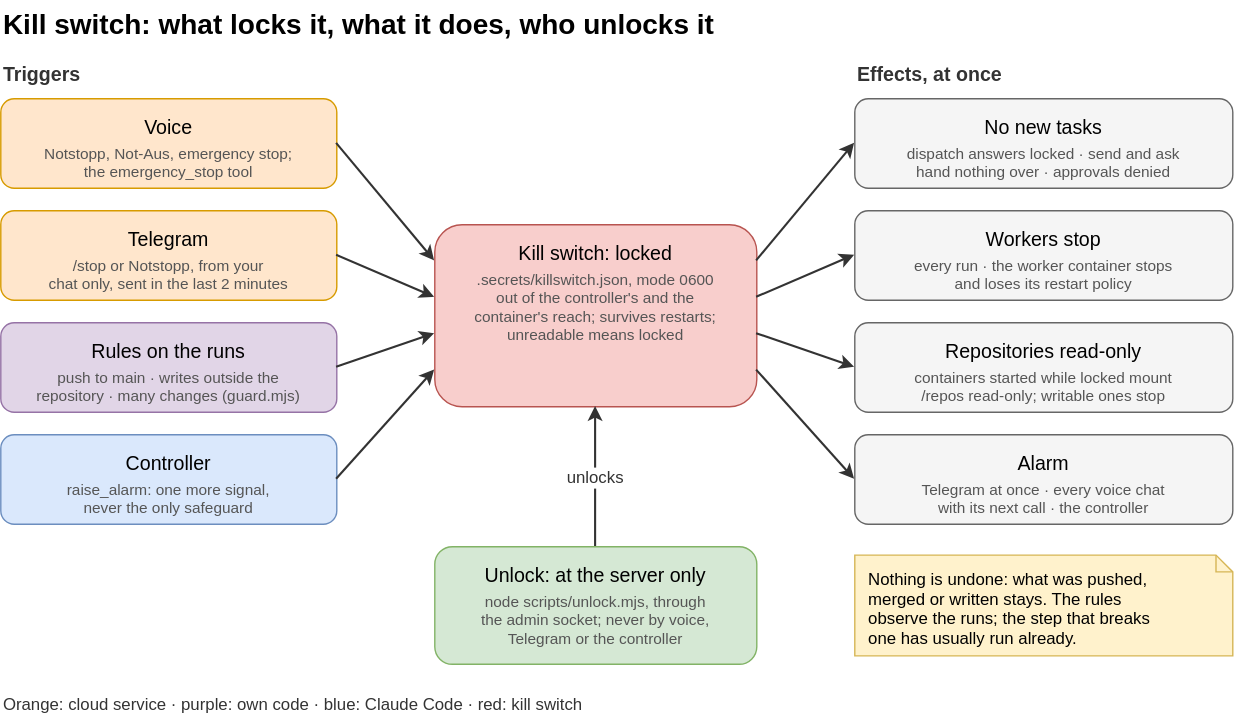
Above: docs/killswitch.drawio.svg in alderg/cc-voice-gateway (draw.io), before the change. Source tidied: cells renumbered, new cells last; positions are measured from the earlier drawing's top-left corner, leaving out a move shared by most shapes.
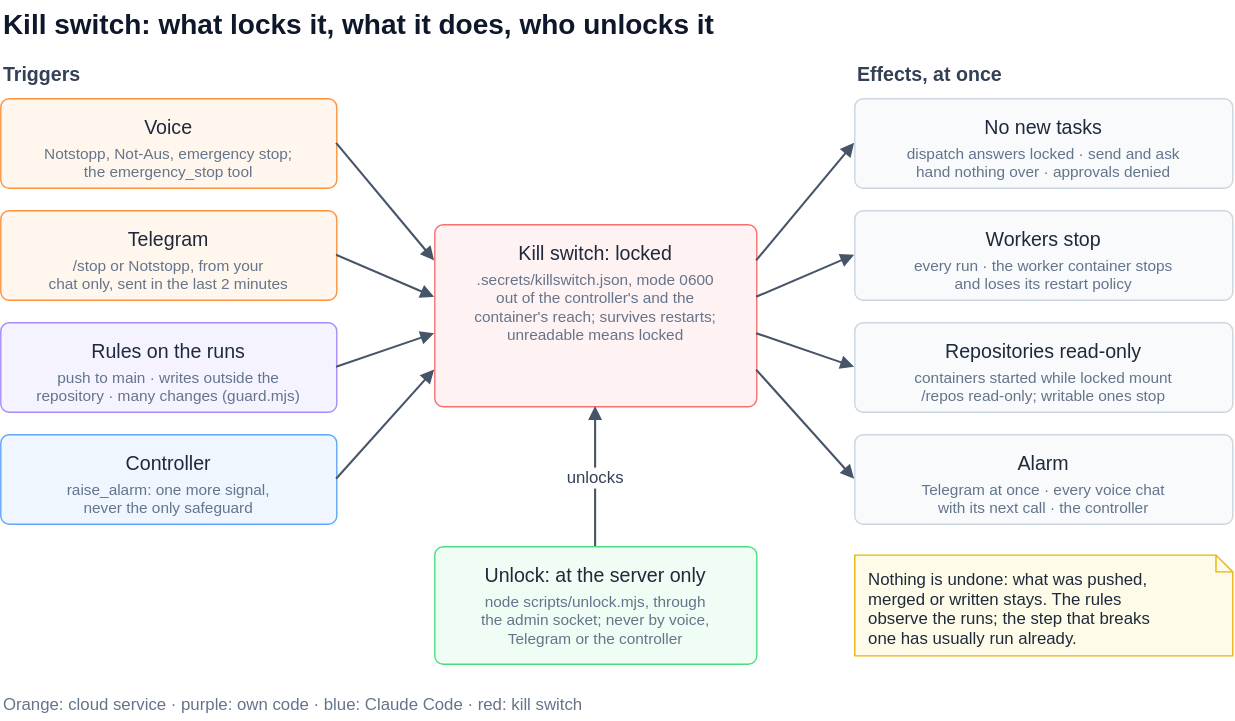
Later version of the same file.

What changed in the source:
```diff
@@ -2,106 +2,106 @@
   <root>
     <mxCell id="0" />
     <mxCell id="1" parent="0" />
-    <mxCell id="2" value="Kill switch: what locks it, what it does, who unlocks it" style="text;html=0;fontSize=20;align=left;verticalAlign=middle;strokeColor=none;fillColor=none;fontStyle=1;fontColor=#000000;" parent="1" vertex="1">
+    <mxCell id="2" value="Kill switch: what locks it, what it does, who unlocks it" style="text;html=0;fontSize=20;align=left;verticalAlign=middle;strokeColor=none;fillColor=none;fontStyle=1;fontColor=#0F172A;" parent="1" vertex="1">
       <mxGeometry width="880" height="30" as="geometry" />
     </mxCell>
-    <mxCell id="3" value="Triggers" style="text;html=0;fontSize=14;align=left;verticalAlign=middle;strokeColor=none;fillColor=none;fontStyle=1;fontColor=#333333;" parent="1" vertex="1">
+    <mxCell id="3" value="Triggers" style="text;html=0;fontSize=14;align=left;verticalAlign=middle;strokeColor=none;fillColor=none;fontStyle=1;fontColor=#334155;" parent="1" vertex="1">
       <mxGeometry y="40" width="200" height="24" as="geometry" />
     </mxCell>
-    <mxCell id="4" value="Effects, at once" style="text;html=0;fontSize=14;align=left;verticalAlign=middle;strokeColor=none;fillColor=none;fontStyle=1;fontColor=#333333;" parent="1" vertex="1">
+    <mxCell id="4" value="Effects, at once" style="text;html=0;fontSize=14;align=left;verticalAlign=middle;strokeColor=none;fillColor=none;fontStyle=1;fontColor=#334155;" parent="1" vertex="1">
       <mxGeometry x="610" y="40" width="260" height="24" as="geometry" />
     </mxCell>
-    <mxCell id="5" value="Voice" style="rounded=1;html=0;fontSize=14;fillColor=#ffe6cc;strokeColor=#d79b00;fontStyle=0;verticalAlign=top;spacingTop=6.9;" parent="1" vertex="1">
+    <mxCell id="5" value="Voice" style="rounded=1;html=0;fontSize=14;fillColor=#FFF7ED;strokeColor=#FB923C;fontStyle=0;verticalAlign=top;spacingTop=6.9;strokeWidth=1;absoluteArcSize=1;arcSize=12;fontColor=#1E293B;" parent="1" vertex="1">
       <mxGeometry y="70" width="240" height="64" as="geometry" />
     </mxCell>
-    <mxCell id="6" value="Notstopp, Not-Aus, emergency stop;&#10;the emergency_stop tool" style="text;html=0;fontSize=11;fontColor=#555555;align=center;verticalAlign=top;spacing=0;strokeColor=none;fillColor=none;" parent="5" vertex="1">
+    <mxCell id="6" value="Notstopp, Not-Aus, emergency stop;&#10;the emergency_stop tool" style="text;html=0;fontSize=11;fontColor=#64748B;align=center;verticalAlign=top;spacing=0;strokeColor=none;fillColor=none;" parent="5" vertex="1">
       <mxGeometry y="28.7" width="240" height="26.4" as="geometry" />
     </mxCell>
-    <mxCell id="7" value="Telegram" style="rounded=1;html=0;fontSize=14;fillColor=#ffe6cc;strokeColor=#d79b00;fontStyle=0;verticalAlign=top;spacingTop=6.9;" parent="1" vertex="1">
+    <mxCell id="7" value="Telegram" style="rounded=1;html=0;fontSize=14;fillColor=#FFF7ED;strokeColor=#FB923C;fontStyle=0;verticalAlign=top;spacingTop=6.9;strokeWidth=1;absoluteArcSize=1;arcSize=12;fontColor=#1E293B;" parent="1" vertex="1">
       <mxGeometry y="150" width="240" height="64" as="geometry" />
     </mxCell>
-    <mxCell id="8" value="/stop or Notstopp, from your&#10;chat only, sent in the last 2 minutes" style="text;html=0;fontSize=11;fontColor=#555555;align=center;verticalAlign=top;spacing=0;strokeColor=none;fillColor=none;" parent="7" vertex="1">
+    <mxCell id="8" value="/stop or Notstopp, from your&#10;chat only, sent in the last 2 minutes" style="text;html=0;fontSize=11;fontColor=#64748B;align=center;verticalAlign=top;spacing=0;strokeColor=none;fillColor=none;" parent="7" vertex="1">
       <mxGeometry y="28.7" width="240" height="26.4" as="geometry" />
     </mxCell>
-    <mxCell id="9" value="Rules on the runs" style="rounded=1;html=0;fontSize=14;fillColor=#e1d5e7;strokeColor=#9673a6;fontStyle=0;verticalAlign=top;spacingTop=6.9;" parent="1" vertex="1">
+    <mxCell id="9" value="Rules on the runs" style="rounded=1;html=0;fontSize=14;fillColor=#F5F3FF;strokeColor=#A78BFA;fontStyle=0;verticalAlign=top;spacingTop=6.9;strokeWidth=1;absoluteArcSize=1;arcSize=12;fontColor=#1E293B;" parent="1" vertex="1">
       <mxGeometry y="230" width="240" height="64" as="geometry" />
     </mxCell>
-    <mxCell id="10" value="push to main · writes outside the&#10;repository · many changes (guard.mjs)" style="text;html=0;fontSize=11;fontColor=#555555;align=center;verticalAlign=top;spacing=0;strokeColor=none;fillColor=none;" parent="9" vertex="1">
+    <mxCell id="10" value="push to main · writes outside the&#10;repository · many changes (guard.mjs)" style="text;html=0;fontSize=11;fontColor=#64748B;align=center;verticalAlign=top;spacing=0;strokeColor=none;fillColor=none;" parent="9" vertex="1">
       <mxGeometry y="28.7" width="240" height="26.4" as="geometry" />
     </mxCell>
-    <mxCell id="11" value="Controller" style="rounded=1;html=0;fontSize=14;fillColor=#dae8fc;strokeColor=#6c8ebf;fontStyle=0;verticalAlign=top;spacingTop=6.9;" parent="1" vertex="1">
+    <mxCell id="11" value="Controller" style="rounded=1;html=0;fontSize=14;fillColor=#EFF6FF;strokeColor=#60A5FA;fontStyle=0;verticalAlign=top;spacingTop=6.9;strokeWidth=1;absoluteArcSize=1;arcSize=12;fontColor=#1E293B;" parent="1" vertex="1">
       <mxGeometry y="310" width="240" height="64" as="geometry" />
     </mxCell>
-    <mxCell id="12" value="raise_alarm: one more signal,&#10;never the only safeguard" style="text;html=0;fontSize=11;fontColor=#555555;align=center;verticalAlign=top;spacing=0;strokeColor=none;fillColor=none;" parent="11" vertex="1">
+    <mxCell id="12" value="raise_alarm: one more signal,&#10;never the only safeguard" style="text;html=0;fontSize=11;fontColor=#64748B;align=center;verticalAlign=top;spacing=0;strokeColor=none;fillColor=none;" parent="11" vertex="1">
       <mxGeometry y="28.7" width="240" height="26.4" as="geometry" />
     </mxCell>
-    <mxCell id="13" value="Kill switch: locked" style="rounded=1;html=0;fontSize=14;fillColor=#f8cecc;strokeColor=#b85450;fontStyle=0;verticalAlign=top;spacingTop=6.9;" parent="1" vertex="1">
+    <mxCell id="13" value="Kill switch: locked" style="rounded=1;html=0;fontSize=14;fillColor=#FEF2F2;strokeColor=#F87171;fontStyle=0;verticalAlign=top;spacingTop=6.9;strokeWidth=1;absoluteArcSize=1;arcSize=12;fontColor=#1E293B;" parent="1" vertex="1">
       <mxGeometry x="310" y="160" width="230" height="130" as="geometry" />
     </mxCell>
-    <mxCell id="14" value=".secrets/killswitch.json, mode 0600&#10;out of the controller's and the&#10;container's reach; survives restarts;&#10;unreadable means locked" style="text;html=0;fontSize=11;fontColor=#555555;align=center;verticalAlign=top;spacing=0;strokeColor=none;fillColor=none;" parent="13" vertex="1">
+    <mxCell id="14" value=".secrets/killswitch.json, mode 0600&#10;out of the controller's and the&#10;container's reach; survives restarts;&#10;unreadable means locked" style="text;html=0;fontSize=11;fontColor=#64748B;align=center;verticalAlign=top;spacing=0;strokeColor=none;fillColor=none;" parent="13" vertex="1">
       <mxGeometry y="28.7" width="230" height="52.8" as="geometry" />
     </mxCell>
-    <mxCell id="15" value="No new tasks" style="rounded=1;html=0;fontSize=14;fillColor=#f5f5f5;strokeColor=#666666;fontStyle=0;verticalAlign=top;spacingTop=6.9;" parent="1" vertex="1">
+    <mxCell id="15" value="No new tasks" style="rounded=1;html=0;fontSize=14;fillColor=#F8FAFC;strokeColor=#CBD5E1;fontStyle=0;verticalAlign=top;spacingTop=6.9;strokeWidth=1;absoluteArcSize=1;arcSize=12;fontColor=#1E293B;" parent="1" vertex="1">
       <mxGeometry x="610" y="70" width="270" height="64" as="geometry" />
     </mxCell>
-    <mxCell id="16" value="dispatch answers locked · send and ask&#10;hand nothing over · approvals denied" style="text;html=0;fontSize=11;fontColor=#555555;align=center;verticalAlign=top;spacing=0;strokeColor=none;fillColor=none;" parent="15" vertex="1">
+    <mxCell id="16" value="dispatch answers locked · send and ask&#10;hand nothing over · approvals denied" style="text;html=0;fontSize=11;fontColor=#64748B;align=center;verticalAlign=top;spacing=0;strokeColor=none;fillColor=none;" parent="15" vertex="1">
       <mxGeometry y="28.7" width="270" height="26.4" as="geometry" />
     </mxCell>
-    <mxCell id="17" value="Workers stop" style="rounded=1;html=0;fontSize=14;fillColor=#f5f5f5;strokeColor=#666666;fontStyle=0;verticalAlign=top;spacingTop=6.9;" parent="1" vertex="1">
+    <mxCell id="17" value="Workers stop" style="rounded=1;html=0;fontSize=14;fillColor=#F8FAFC;strokeColor=#CBD5E1;fontStyle=0;verticalAlign=top;spacingTop=6.9;strokeWidth=1;absoluteArcSize=1;arcSize=12;fontColor=#1E293B;" parent="1" vertex="1">
       <mxGeometry x="610" y="150" width="270" height="64" as="geometry" />
     </mxCell>
-    <mxCell id="18" value="every run · the worker container stops&#10;and loses its restart policy" style="text;html=0;fontSize=11;fontColor=#555555;align=center;verticalAlign=top;spacing=0;strokeColor=none;fillColor=none;" parent="17" vertex="1">
+    <mxCell id="18" value="every run · the worker container stops&#10;and loses its restart policy" style="text;html=0;fontSize=11;fontColor=#64748B;align=center;verticalAlign=top;spacing=0;strokeColor=none;fillColor=none;" parent="17" vertex="1">
       <mxGeometry y="28.7" width="270" height="26.4" as="geometry" />
     </mxCell>
-    <mxCell id="19" value="Repositories read-only" style="rounded=1;html=0;fontSize=14;fillColor=#f5f5f5;strokeColor=#666666;fontStyle=0;verticalAlign=top;spacingTop=6.9;" parent="1" vertex="1">
+    <mxCell id="19" value="Repositories read-only" style="rounded=1;html=0;fontSize=14;fillColor=#F8FAFC;strokeColor=#CBD5E1;fontStyle=0;verticalAlign=top;spacingTop=6.9;strokeWidth=1;absoluteArcSize=1;arcSize=12;fontColor=#1E293B;" parent="1" vertex="1">
       <mxGeometry x="610" y="230" width="270" height="64" as="geometry" />
     </mxCell>
-    <mxCell id="20" value="containers started while locked mount&#10;/repos read-only; writable ones stop" style="text;html=0;fontSize=11;fontColor=#555555;align=center;verticalAlign=top;spacing=0;strokeColor=none;fillColor=none;" parent="19" vertex="1">
+    <mxCell id="20" value="containers started while locked mount&#10;/repos read-only; writable ones stop" style="text;html=0;fontSize=11;fontColor=#64748B;align=center;verticalAlign=top;spacing=0;strokeColor=none;fillColor=none;" parent="19" vertex="1">
       <mxGeometry y="28.7" width="270" height="26.4" as="geometry" />
     </mxCell>
-    <mxCell id="21" value="Alarm" style="rounded=1;html=0;fontSize=14;fillColor=#f5f5f5;strokeColor=#666666;fontStyle=0;verticalAlign=top;spacingTop=6.9;" parent="1" vertex="1">
+    <mxCell id="21" value="Alarm" style="rounded=1;html=0;fontSize=14;fillColor=#F8FAFC;strokeColor=#CBD5E1;fontStyle=0;verticalAlign=top;spacingTop=6.9;strokeWidth=1;absoluteArcSize=1;arcSize=12;fontColor=#1E293B;" parent="1" vertex="1">
       <mxGeometry x="610" y="310" width="270" height="64" as="geometry" />
     </mxCell>
-    <mxCell id="22" value="Telegram at once · every voice chat&#10;with its next call · the controller" style="text;html=0;fontSize=11;fontColor=#555555;align=center;verticalAlign=top;spacing=0;strokeColor=none;fillColor=none;" parent="21" vertex="1">
+    <mxCell id="22" value="Telegram at once · every voice chat&#10;with its next call · the controller" style="text;html=0;fontSize=11;fontColor=#64748B;align=center;verticalAlign=top;spacing=0;strokeColor=none;fillColor=none;" parent="21" vertex="1">
       <mxGeometry y="28.7" width="270" height="26.4" as="geometry" />
     </mxCell>
-    <mxCell id="23" value="Unlock: at the server only" style="rounded=1;html=0;fontSize=14;fillColor=#d5e8d4;strokeColor=#82b366;fontStyle=0;verticalAlign=top;spacingTop=6.9;" parent="1" vertex="1">
+    <mxCell id="23" value="Unlock: at the server only" style="rounded=1;html=0;fontSize=14;fillColor=#F0FDF4;strokeColor=#4ADE80;fontStyle=0;verticalAlign=top;spacingTop=6.9;strokeWidth=1;absoluteArcSize=1;arcSize=12;fontColor=#1E293B;" parent="1" vertex="1">
       <mxGeometry x="310" y="390" width="230" height="84" as="geometry" />
     </mxCell>
-    <mxCell id="24" value="node scripts/unlock.mjs, through&#10;the admin socket; never by voice,&#10;Telegram or the controller" style="text;html=0;fontSize=11;fontColor=#555555;align=center;verticalAlign=top;spacing=0;strokeColor=none;fillColor=none;" parent="23" vertex="1">
+    <mxCell id="24" value="node scripts/unlock.mjs, through&#10;the admin socket; never by voice,&#10;Telegram or the controller" style="text;html=0;fontSize=11;fontColor=#64748B;align=center;verticalAlign=top;spacing=0;strokeColor=none;fillColor=none;" parent="23" vertex="1">
       <mxGeometry y="28.7" width="230" height="39.6" as="geometry" />
     </mxCell>
-    <mxCell id="25" value="Nothing is undone: what was pushed,&#10;merged or written stays. The rules&#10;observe the runs; the step that breaks&#10;one has usually run already." style="shape=note;size=12;html=0;fontSize=12;align=left;verticalAlign=top;spacingLeft=8;spacingTop=4;fillColor=#fff2cc;strokeColor=#d6b656;" parent="1" vertex="1">
+    <mxCell id="25" value="Nothing is undone: what was pushed,&#10;merged or written stays. The rules&#10;observe the runs; the step that breaks&#10;one has usually run already." style="shape=note;size=12;html=0;fontSize=12;align=left;verticalAlign=top;spacingLeft=8;spacingTop=4;fillColor=#FEFCE8;strokeColor=#EAB308;strokeWidth=1;fontColor=#1E293B;" parent="1" vertex="1">
       <mxGeometry x="610" y="396" width="270" height="72" as="geometry" />
     </mxCell>
-    <mxCell id="26" value="Orange: cloud service · purple: own code · blue: Claude Code · red: kill switch" style="text;html=0;fontSize=12;align=left;verticalAlign=middle;strokeColor=none;fillColor=none;fontStyle=0;fontColor=#333333;" parent="1" vertex="1">
+    <mxCell id="26" value="Orange: cloud service · purple: own code · blue: Claude Code · red: kill switch" style="text;html=0;fontSize=12;align=left;verticalAlign=middle;strokeColor=none;fillColor=none;fontStyle=0;fontColor=#64748B;" parent="1" vertex="1">
       <mxGeometry y="490" width="880" height="24" as="geometry" />
     </mxCell>
-    <mxCell id="27" style="edgeStyle=none;rounded=0;html=0;endArrow=classic;endFill=1;startArrow=none;strokeColor=#333333;strokeWidth=1.5;fontSize=12;fontColor=#333333;labelBackgroundColor=#ffffff;exitX=1;exitY=0.5;exitDx=0;exitDy=0;entryX=0;entryY=0.2;entryDx=0;entryDy=0;" parent="1" edge="1" source="5" target="13">
+    <mxCell id="27" style="edgeStyle=none;rounded=1;html=0;endArrow=block;endFill=1;startArrow=none;strokeColor=#475569;strokeWidth=1.5;fontSize=12;fontColor=#334155;labelBackgroundColor=#FFFFFF;exitX=1;exitY=0.5;exitDx=0;exitDy=0;entryX=0;entryY=0.2;entryDx=0;entryDy=0;endSize=6;" parent="1" edge="1" source="5" target="13">
       <mxGeometry relative="1" as="geometry" />
     </mxCell>
-    <mxCell id="28" style="edgeStyle=none;rounded=0;html=0;endArrow=classic;endFill=1;startArrow=none;strokeColor=#333333;strokeWidth=1.5;fontSize=12;fontColor=#333333;labelBackgroundColor=#ffffff;exitX=1;exitY=0.5;exitDx=0;exitDy=0;entryX=0;entryY=0.4;entryDx=0;entryDy=0;" parent="1" edge="1" source="7" target="13">
+    <mxCell id="28" style="edgeStyle=none;rounded=1;html=0;endArrow=block;endFill=1;startArrow=none;strokeColor=#475569;strokeWidth=1.5;fontSize=12;fontColor=#334155;labelBackgroundColor=#FFFFFF;exitX=1;exitY=0.5;exitDx=0;exitDy=0;entryX=0;entryY=0.4;entryDx=0;entryDy=0;endSize=6;" parent="1" edge="1" source="7" target="13">
       <mxGeometry relative="1" as="geometry" />
     </mxCell>
-    <mxCell id="29" style="edgeStyle=none;rounded=0;html=0;endArrow=classic;endFill=1;startArrow=none;strokeColor=#333333;strokeWidth=1.5;fontSize=12;fontColor=#333333;labelBackgroundColor=#ffffff;exitX=1;exitY=0.5;exitDx=0;exitDy=0;entryX=0;entryY=0.6;entryDx=0;entryDy=0;" parent="1" edge="1" source="9" target="13">
+    <mxCell id="29" style="edgeStyle=none;rounded=1;html=0;endArrow=block;endFill=1;startArrow=none;strokeColor=#475569;strokeWidth=1.5;fontSize=12;fontColor=#334155;labelBackgroundColor=#FFFFFF;exitX=1;exitY=0.5;exitDx=0;exitDy=0;entryX=0;entryY=0.6;entryDx=0;entryDy=0;endSize=6;" parent="1" edge="1" source="9" target="13">
       <mxGeometry relative="1" as="geometry" />
     </mxCell>
-    <mxCell id="30" style="edgeStyle=none;rounded=0;html=0;endArrow=classic;endFill=1;startArrow=none;strokeColor=#333333;strokeWidth=1.5;fontSize=12;fontColor=#333333;labelBackgroundColor=#ffffff;exitX=1;exitY=0.5;exitDx=0;exitDy=0;entryX=0;entryY=0.8;entryDx=0;entryDy=0;" parent="1" edge="1" source="11" target="13">
+    <mxCell id="30" style="edgeStyle=none;rounded=1;html=0;endArrow=block;endFill=1;startArrow=none;strokeColor=#475569;strokeWidth=1.5;fontSize=12;fontColor=#334155;labelBackgroundColor=#FFFFFF;exitX=1;exitY=0.5;exitDx=0;exitDy=0;entryX=0;entryY=0.8;entryDx=0;entryDy=0;endSize=6;" parent="1" edge="1" source="11" target="13">
       <mxGeometry relative="1" as="geometry" />
     </mxCell>
-    <mxCell id="31" style="edgeStyle=none;rounded=0;html=0;endArrow=classic;endFill=1;startArrow=none;strokeColor=#333333;strokeWidth=1.5;fontSize=12;fontColor=#333333;labelBackgroundColor=#ffffff;exitX=1;exitY=0.2;exitDx=0;exitDy=0;entryX=0;entryY=0.5;entryDx=0;entryDy=0;" parent="1" edge="1" source="13" target="15">
+    <mxCell id="31" style="edgeStyle=none;rounded=1;html=0;endArrow=block;endFill=1;startArrow=none;strokeColor=#475569;strokeWidth=1.5;fontSize=12;fontColor=#334155;labelBackgroundColor=#FFFFFF;exitX=1;exitY=0.2;exitDx=0;exitDy=0;entryX=0;entryY=0.5;entryDx=0;entryDy=0;endSize=6;" parent="1" edge="1" source="13" target="15">
       <mxGeometry relative="1" as="geometry" />
     </mxCell>
-    <mxCell id="32" style="edgeStyle=none;rounded=0;html=0;endArrow=classic;endFill=1;startArrow=none;strokeColor=#333333;strokeWidth=1.5;fontSize=12;fontColor=#333333;labelBackgroundColor=#ffffff;exitX=1;exitY=0.4;exitDx=0;exitDy=0;entryX=0;entryY=0.5;entryDx=0;entryDy=0;" parent="1" edge="1" source="13" target="17">
+    <mxCell id="32" style="edgeStyle=none;rounded=1;html=0;endArrow=block;endFill=1;startArrow=none;strokeColor=#475569;strokeWidth=1.5;fontSize=12;fontColor=#334155;labelBackgroundColor=#FFFFFF;exitX=1;exitY=0.4;exitDx=0;exitDy=0;entryX=0;entryY=0.5;entryDx=0;entryDy=0;endSize=6;" parent="1" edge="1" source="13" target="17">
       <mxGeometry relative="1" as="geometry" />
     </mxCell>
-    <mxCell id="33" style="edgeStyle=none;rounded=0;html=0;endArrow=classic;endFill=1;startArrow=none;strokeColor=#333333;strokeWidth=1.5;fontSize=12;fontColor=#333333;labelBackgroundColor=#ffffff;exitX=1;exitY=0.6;exitDx=0;exitDy=0;entryX=0;entryY=0.5;entryDx=0;entryDy=0;" parent="1" edge="1" source="13" target="19">
+    <mxCell id="33" style="edgeStyle=none;rounded=1;html=0;endArrow=block;endFill=1;startArrow=none;strokeColor=#475569;strokeWidth=1.5;fontSize=12;fontColor=#334155;labelBackgroundColor=#FFFFFF;exitX=1;exitY=0.6;exitDx=0;exitDy=0;entryX=0;entryY=0.5;entryDx=0;entryDy=0;endSize=6;" parent="1" edge="1" source="13" target="19">
       <mxGeometry relative="1" as="geometry" />
     </mxCell>
-    <mxCell id="34" style="edgeStyle=none;rounded=0;html=0;endArrow=classic;endFill=1;startArrow=none;strokeColor=#333333;strokeWidth=1.5;fontSize=12;fontColor=#333333;labelBackgroundColor=#ffffff;exitX=1;exitY=0.8;exitDx=0;exitDy=0;entryX=0;entryY=0.5;entryDx=0;entryDy=0;" parent="1" edge="1" source="13" target="21">
+    <mxCell id="34" style="edgeStyle=none;rounded=1;html=0;endArrow=block;endFill=1;startArrow=none;strokeColor=#475569;strokeWidth=1.5;fontSize=12;fontColor=#334155;labelBackgroundColor=#FFFFFF;exitX=1;exitY=0.8;exitDx=0;exitDy=0;entryX=0;entryY=0.5;entryDx=0;entryDy=0;endSize=6;" parent="1" edge="1" source="13" target="21">
       <mxGeometry relative="1" as="geometry" />
     </mxCell>
-    <mxCell id="35" value="unlocks" style="edgeStyle=none;rounded=0;html=0;endArrow=classic;endFill=1;startArrow=none;strokeColor=#333333;strokeWidth=1.5;fontSize=12;fontColor=#333333;labelBackgroundColor=#ffffff;exitX=0.5;exitY=0;exitDx=0;exitDy=0;entryX=0.5;entryY=1;entryDx=0;entryDy=0;" parent="1" edge="1" source="23" target="13">
+    <mxCell id="35" value="unlocks" style="edgeStyle=none;rounded=1;html=0;endArrow=block;endFill=1;startArrow=none;strokeColor=#475569;strokeWidth=1.5;fontSize=12;fontColor=#334155;labelBackgroundColor=#FFFFFF;exitX=0.5;exitY=0;exitDx=0;exitDy=0;entryX=0.5;entryY=1;entryDx=0;entryDy=0;endSize=6;" parent="1" edge="1" source="23" target="13">
       <mxGeometry relative="1" as="geometry" />
     </mxCell>
   </root>
```
